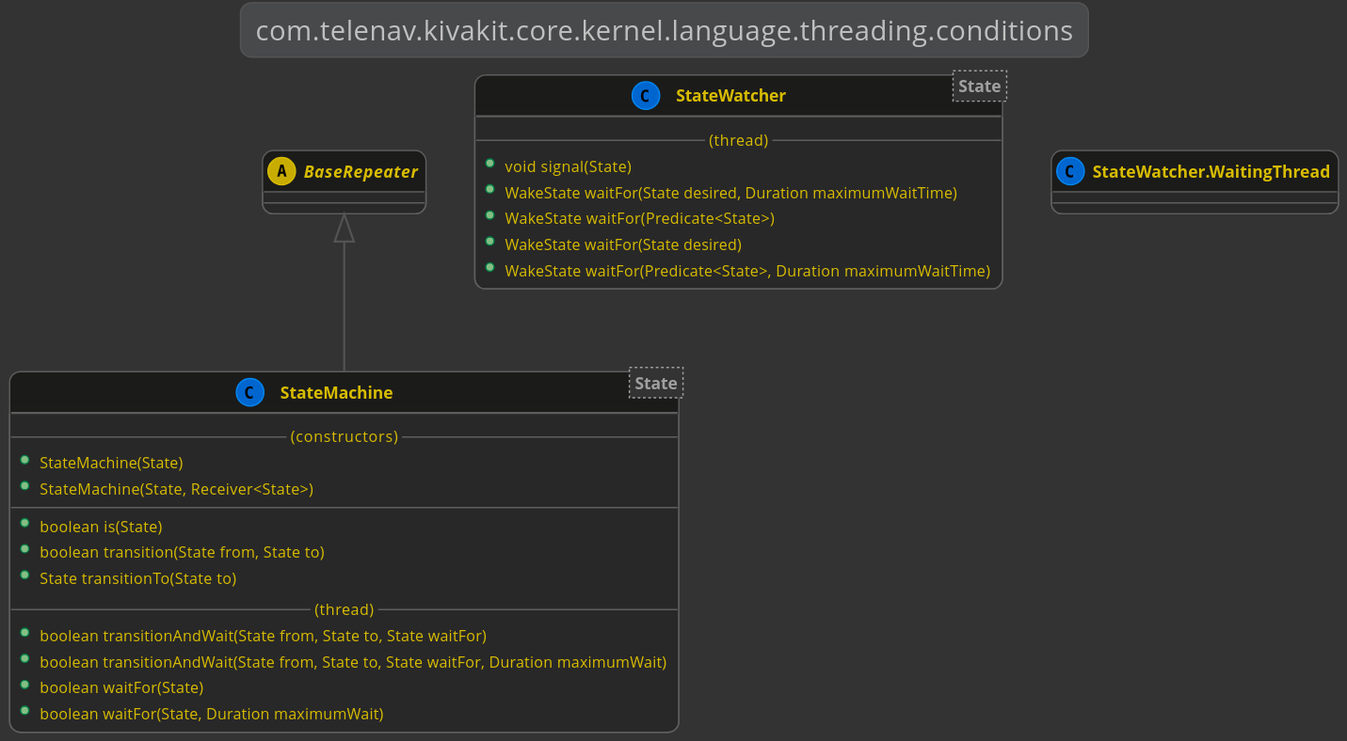
Before: kivakit-core/kernel/documentation/diagrams/com.telenav.kivakit.core.kernel.language.threading.conditions.svg, a diagram exported from PlantUML (Telenav/kivakit).
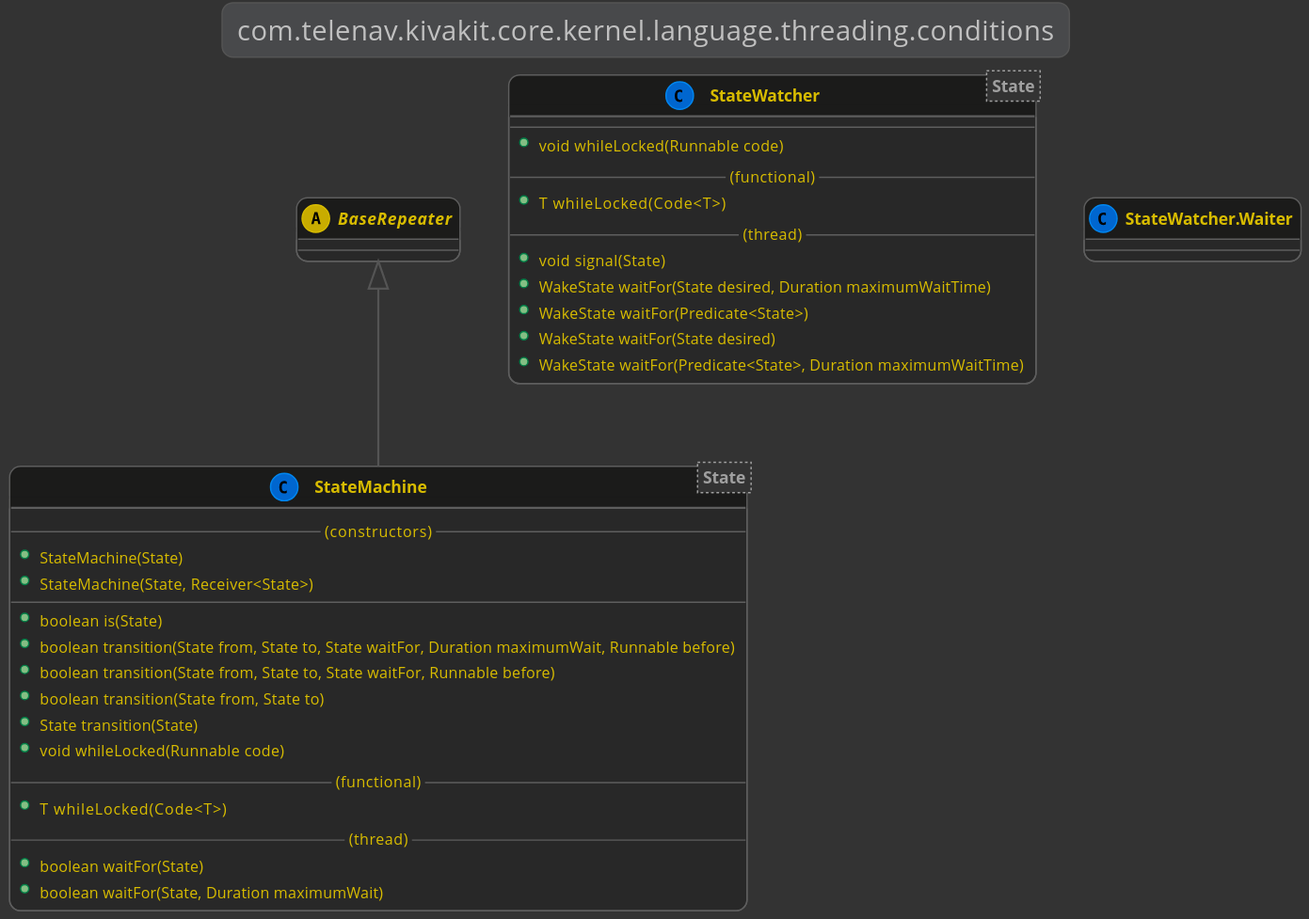
Above is the later version.

What changed in the source:
```diff
@@ -14,17 +14,24 @@
         +StateMachine(State, Receiver<State>)
         --
         +boolean is(State)
+        +boolean transition(State from, State to, State waitFor, Duration maximumWait, Runnable before)
+        +boolean transition(State from, State to, State waitFor, Runnable before)
         +boolean transition(State from, State to)
-        +State transitionTo(State to)
+        +State transition(State)
+        +void whileLocked(Runnable code)
+        --(functional)--
+        +T whileLocked(Code<T>)
         --(thread)--
-        +boolean transitionAndWait(State from, State to, State waitFor)
-        +boolean transitionAndWait(State from, State to, State waitFor, Duration maximumWait)
         +boolean waitFor(State)
         +boolean waitFor(State, Duration maximumWait)
     }
 
     class StateWatcher<State>
     {
+        --
+        +void whileLocked(Runnable code)
+        --(functional)--
+        +T whileLocked(Code<T>)
         --(thread)--
         +void signal(State)
         +WakeState waitFor(State desired, Duration maximumWaitTime)
@@ -33,7 +40,7 @@
         +WakeState waitFor(Predicate<State>, Duration maximumWaitTime)
     }
 
-    class StateWatcher.WaitingThread
+    class StateWatcher.Waiter
     {
     }
 
```
